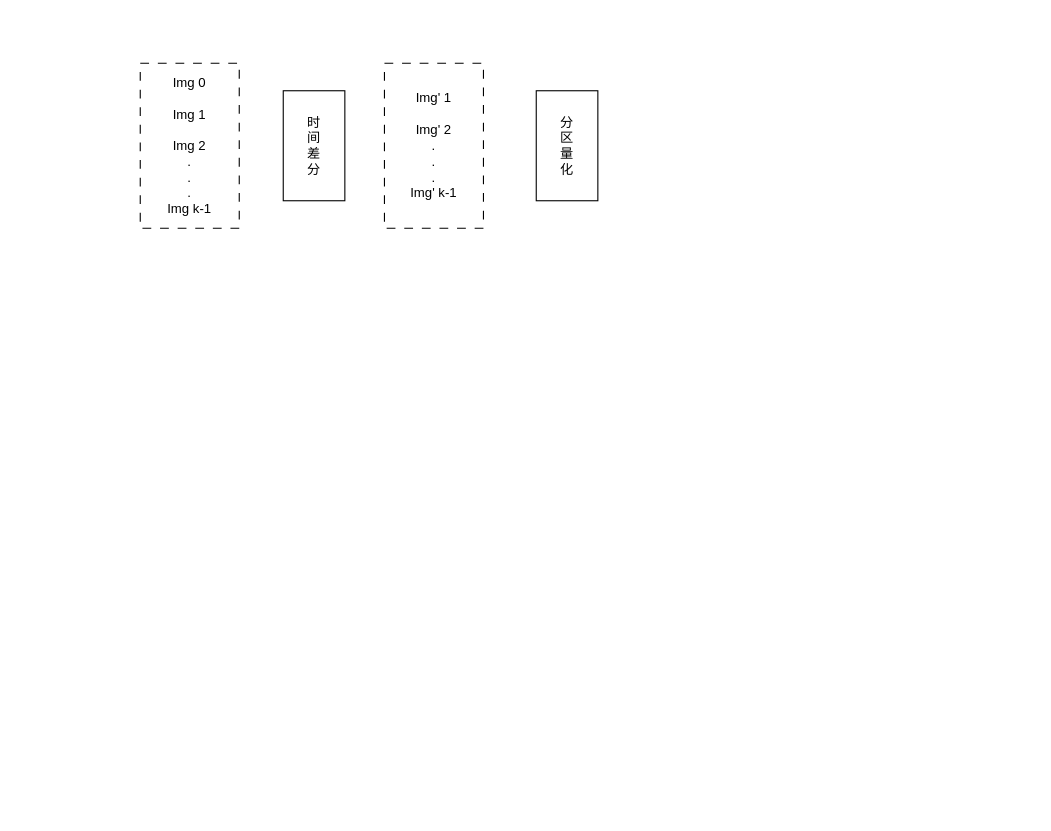
Above: 原始算法流程.drawio in jkersmith/reimagined-doodle (draw.io), before the change. Source tidied: cells renumbered, new cells numbered last; positions are measured from the earlier drawing's top-left corner, leaving out a move shared by most shapes. Both pictures are drawn from the tidied source at 110%, with x=0, y=0 at pixel (140, 63).
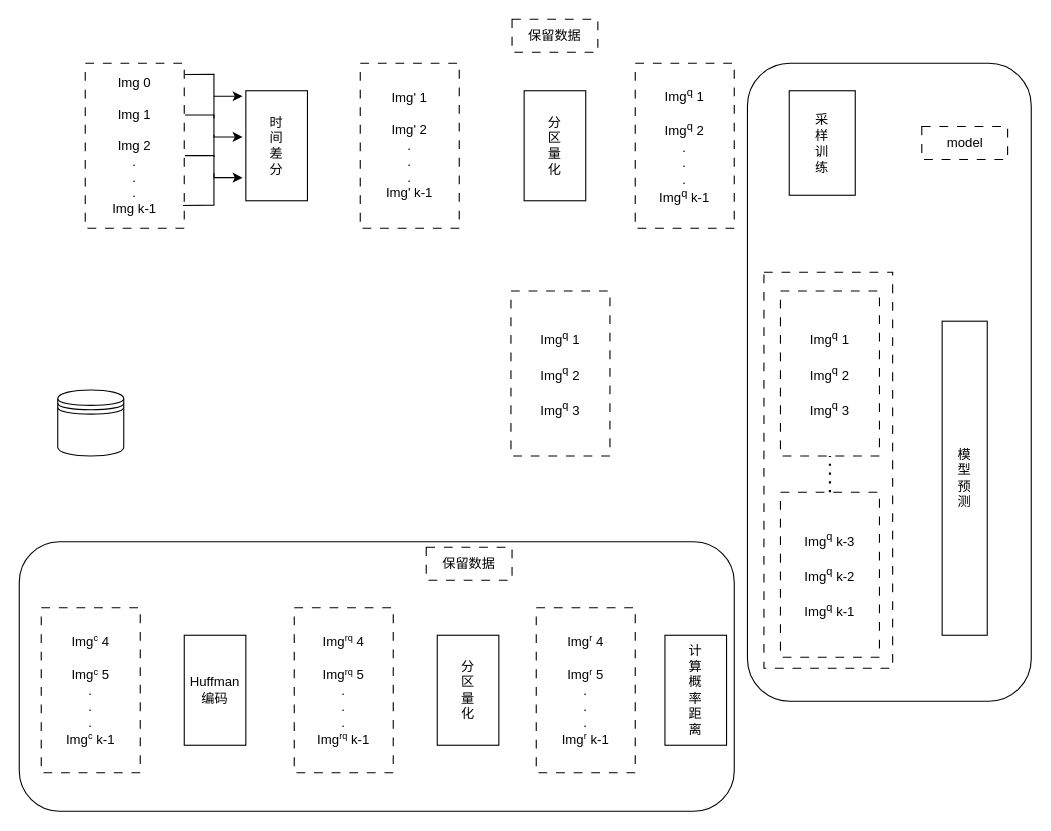
After the change.

Commit message (it also covers changes not shown here):
更新原始算法流程.drawio

What changed in the source:
```diff
@@
+    <mxCell id="6" style="rounded=1;whiteSpace=wrap;html=1;" parent="1" vertex="1">
+      <mxGeometry x="-110" y="435" width="650" height="245" as="geometry" />
+    </mxCell>
+    <mxCell id="7" style="rounded=1;whiteSpace=wrap;html=1;" parent="1" vertex="1">
+      <mxGeometry x="552" width="258" height="580" as="geometry" />
+    </mxCell>
+    <mxCell id="8" style="rounded=0;whiteSpace=wrap;html=1;dashed=1;dashPattern=8 8;" parent="1" vertex="1">
+      <mxGeometry x="567" y="190" width="117" height="360" as="geometry" />
+    </mxCell>
     <mxCell id="2" value="Img 0&lt;br&gt;&lt;br&gt;Img 1&lt;br&gt;&lt;br&gt;Img 2&lt;br&gt;.&lt;br&gt;.&lt;br&gt;.&lt;br&gt;Img k-1" style="rounded=0;whiteSpace=wrap;html=1;dashed=1;dashPattern=8 8;" parent="1" vertex="1">
-      <mxGeometry width="90" height="150" as="geometry" />
+      <mxGeometry x="-50" width="90" height="150" as="geometry" />
     </mxCell>
     <mxCell id="3" value="时&lt;br&gt;间&lt;br&gt;差&lt;br&gt;分" style="rounded=0;whiteSpace=wrap;html=1;" parent="1" vertex="1">
-      <mxGeometry x="130" y="25" width="56" height="100" as="geometry" />
+      <mxGeometry x="96" y="25" width="56" height="100" as="geometry" />
     </mxCell>
     <mxCell id="4" value="Img' 1&lt;br&gt;&lt;br&gt;Img' 2&lt;br&gt;.&lt;br&gt;.&lt;br&gt;.&lt;br&gt;Img' k-1" style="rounded=0;whiteSpace=wrap;html=1;dashed=1;dashPattern=8 8;" parent="1" vertex="1">
-      <mxGeometry x="222" width="90" height="150" as="geometry" />
+      <mxGeometry x="200" width="90" height="150" as="geometry" />
     </mxCell>
     <mxCell id="5" value="分&lt;br&gt;区&lt;br&gt;量&lt;br&gt;化" style="rounded=0;whiteSpace=wrap;html=1;" parent="1" vertex="1">
-      <mxGeometry x="360" y="25" width="56" height="100" as="geometry" />
+      <mxGeometry x="349" y="25" width="56" height="100" as="geometry" />
     </mxCell>
+    <mxCell id="9" value="Img&lt;sup&gt;q&lt;/sup&gt; 1&lt;br&gt;&lt;br&gt;Img&lt;sup&gt;q&lt;/sup&gt; 2&lt;br&gt;.&lt;br&gt;.&lt;br&gt;.&lt;br&gt;Img&lt;sup&gt;q&lt;/sup&gt; k-1" style="rounded=0;whiteSpace=wrap;html=1;dashed=1;dashPattern=8 8;" parent="1" vertex="1">
+      <mxGeometry x="450" width="90" height="150" as="geometry" />
+    </mxCell>
+    <mxCell id="10" value="保留数据" style="rounded=0;whiteSpace=wrap;html=1;dashed=1;dashPattern=8 8;" parent="1" vertex="1">
+      <mxGeometry x="338" y="-40" width="78" height="30" as="geometry" />
+    </mxCell>
+    <mxCell id="11" value="采&lt;br&gt;样&lt;br&gt;训&lt;br&gt;练" style="rounded=0;whiteSpace=wrap;html=1;" parent="1" vertex="1">
+      <mxGeometry x="590" y="25" width="60" height="95" as="geometry" />
+    </mxCell>
+    <mxCell id="12" value="Img&lt;sup&gt;q&lt;/sup&gt; 1&lt;br&gt;&lt;br&gt;Img&lt;sup&gt;q&lt;/sup&gt; 2&lt;br&gt;&lt;br&gt;Img&lt;sup&gt;q&lt;/sup&gt;&amp;nbsp;3" style="rounded=0;whiteSpace=wrap;html=1;dashed=1;dashPattern=8 8;" parent="1" vertex="1">
+      <mxGeometry x="582" y="207" width="90" height="150" as="geometry" />
+    </mxCell>
+    <mxCell id="13" value="Img&lt;sup&gt;q&lt;/sup&gt;&amp;nbsp;k-3&lt;br&gt;&lt;br&gt;Img&lt;sup&gt;q&lt;/sup&gt;&amp;nbsp;k-2&lt;br&gt;&lt;br&gt;Img&lt;sup&gt;q&lt;/sup&gt;&amp;nbsp;k-1" style="rounded=0;whiteSpace=wrap;html=1;dashed=1;dashPattern=8 8;" parent="1" vertex="1">
+      <mxGeometry x="582" y="390" width="90" height="150" as="geometry" />
+    </mxCell>
+    <mxCell id="14" style="endArrow=none;dashed=1;html=1;dashPattern=1 3;strokeWidth=2;rounded=0;entryX=0.5;entryY=1;entryDx=0;entryDy=0;" parent="1" edge="1" source="13" target="12">
+      <mxGeometry relative="1" as="geometry" />
+    </mxCell>
+    <mxCell id="15" value="model" style="rounded=0;whiteSpace=wrap;html=1;dashed=1;dashPattern=8 8;" parent="1" vertex="1">
+      <mxGeometry x="710.5" y="57.5" width="78" height="30" as="geometry" />
+    </mxCell>
+    <mxCell id="16" value="模&lt;br&gt;型&lt;br&gt;预&lt;br&gt;测" style="rounded=0;whiteSpace=wrap;html=1;" parent="1" vertex="1">
+      <mxGeometry x="729" y="234.5" width="41" height="285.5" as="geometry" />
+    </mxCell>
+    <mxCell id="17" value="计&lt;br&gt;算&lt;br&gt;概&lt;br&gt;率&lt;br&gt;距&lt;br&gt;离" style="rounded=0;whiteSpace=wrap;html=1;" parent="1" vertex="1">
+      <mxGeometry x="477" y="520" width="56" height="100" as="geometry" />
+    </mxCell>
+    <mxCell id="18" value="Img&lt;sup&gt;q&lt;/sup&gt; 1&lt;br&gt;&lt;br&gt;Img&lt;sup&gt;q&lt;/sup&gt; 2&lt;br&gt;&lt;br&gt;Img&lt;sup&gt;q&lt;/sup&gt;&amp;nbsp;3" style="rounded=0;whiteSpace=wrap;html=1;dashed=1;dashPattern=8 8;" parent="1" vertex="1">
+      <mxGeometry x="337" y="207" width="90" height="150" as="geometry" />
+    </mxCell>
+    <mxCell id="19" value="Img&lt;span style=&quot;font-size: 10px;&quot;&gt;&lt;sup&gt;r&lt;/sup&gt;&lt;/span&gt;&amp;nbsp;4&lt;br&gt;&lt;br&gt;Img&lt;span style=&quot;font-size: 10px;&quot;&gt;&lt;sup&gt;r&lt;/sup&gt;&lt;/span&gt;&amp;nbsp;5&lt;br&gt;.&lt;br&gt;.&lt;br&gt;.&lt;br&gt;Img&lt;span style=&quot;font-size: 10px;&quot;&gt;&lt;sup&gt;r&lt;/sup&gt;&lt;/span&gt;&amp;nbsp;k-1" style="rounded=0;whiteSpace=wrap;html=1;dashed=1;dashPattern=8 8;" parent="1" vertex="1">
+      <mxGeometry x="360" y="495" width="90" height="150" as="geometry" />
+    </mxCell>
+    <mxCell id="20" value="分&lt;br&gt;区&lt;br&gt;量&lt;br&gt;化" style="rounded=0;whiteSpace=wrap;html=1;" parent="1" vertex="1">
+      <mxGeometry x="270" y="520" width="56" height="100" as="geometry" />
+    </mxCell>
+    <mxCell id="21" value="Img&lt;span style=&quot;font-size: 10px;&quot;&gt;&lt;sup&gt;rq&lt;/sup&gt;&lt;/span&gt;&amp;nbsp;4&lt;br&gt;&lt;br&gt;Img&lt;span style=&quot;font-size: 10px;&quot;&gt;&lt;sup&gt;rq&lt;/sup&gt;&lt;/span&gt;&amp;nbsp;5&lt;br&gt;.&lt;br&gt;.&lt;br&gt;.&lt;br&gt;Img&lt;span style=&quot;font-size: 10px;&quot;&gt;&lt;sup&gt;rq&lt;/sup&gt;&lt;/span&gt;&amp;nbsp;k-1" style="rounded=0;whiteSpace=wrap;html=1;dashed=1;dashPattern=8 8;" parent="1" vertex="1">
+      <mxGeometry x="140" y="495" width="90" height="150" as="geometry" />
+    </mxCell>
+    <mxCell id="22" value="Huffman&lt;br&gt;编码" style="rounded=0;whiteSpace=wrap;html=1;" parent="1" vertex="1">
+      <mxGeometry x="40" y="520" width="56" height="100" as="geometry" />
+    </mxCell>
+    <mxCell id="23" value="Img&lt;span style=&quot;font-size: 10px;&quot;&gt;&lt;sup&gt;c&lt;/sup&gt;&lt;/span&gt;&amp;nbsp;4&lt;br&gt;&lt;br&gt;Img&lt;span style=&quot;font-size: 10px;&quot;&gt;&lt;sup&gt;c&lt;/sup&gt;&lt;/span&gt;&amp;nbsp;5&lt;br&gt;.&lt;br&gt;.&lt;br&gt;.&lt;br&gt;Img&lt;span style=&quot;font-size: 10px;&quot;&gt;&lt;sup&gt;c&lt;/sup&gt;&lt;/span&gt;&amp;nbsp;k-1" style="rounded=0;whiteSpace=wrap;html=1;dashed=1;dashPattern=8 8;" parent="1" vertex="1">
+      <mxGeometry x="-90" y="495" width="90" height="150" as="geometry" />
+    </mxCell>
+    <mxCell id="24" value="保留数据" style="rounded=0;whiteSpace=wrap;html=1;dashed=1;dashPattern=8 8;" parent="1" vertex="1">
+      <mxGeometry x="260" y="440" width="78" height="30" as="geometry" />
+    </mxCell>
+    <mxCell id="25" style="shape=datastore;whiteSpace=wrap;html=1;" parent="1" vertex="1">
+      <mxGeometry x="-75" y="297" width="60" height="60" as="geometry" />
+    </mxCell>
+    <mxCell id="26" style="endArrow=classic;html=1;rounded=0;exitX=1.008;exitY=0.068;exitDx=0;exitDy=0;exitPerimeter=0;" parent="1" edge="1" source="2">
+      <mxGeometry relative="1" as="geometry">
+        <mxPoint x="93" y="30" as="targetPoint" />
+        <Array as="points">
+          <mxPoint x="67" y="10" />
+          <mxPoint x="67" y="30" />
+        </Array>
+      </mxGeometry>
+    </mxCell>
+    <mxCell id="27" style="endArrow=classic;html=1;rounded=0;exitX=1.04;exitY=0.067;exitDx=0;exitDy=0;exitPerimeter=0;" parent="1" edge="1">
+      <mxGeometry relative="1" as="geometry">
+        <mxPoint x="40.6" y="47" as="sourcePoint" />
+        <mxPoint x="93" y="67" as="targetPoint" />
+        <Array as="points">
+          <mxPoint x="67" y="47" />
+          <mxPoint x="67" y="67" />
+        </Array>
+      </mxGeometry>
+    </mxCell>
+    <mxCell id="28" style="endArrow=none;html=1;rounded=0;" parent="1" edge="1">
+      <mxGeometry relative="1" as="geometry">
+        <mxPoint x="67" y="50" as="sourcePoint" />
+        <mxPoint x="67" y="30" as="targetPoint" />
+      </mxGeometry>
+    </mxCell>
+    <mxCell id="29" style="endArrow=classic;html=1;rounded=0;exitX=1.04;exitY=0.067;exitDx=0;exitDy=0;exitPerimeter=0;" parent="1" edge="1">
+      <mxGeometry relative="1" as="geometry">
+        <mxPoint x="40.6" y="84" as="sourcePoint" />
+        <mxPoint x="93" y="104" as="targetPoint" />
+        <Array as="points">
+          <mxPoint x="67" y="84" />
+          <mxPoint x="67" y="104" />
+        </Array>
+      </mxGeometry>
+    </mxCell>
+    <mxCell id="30" style="endArrow=none;html=1;rounded=0;" parent="1" edge="1">
+      <mxGeometry relative="1" as="geometry">
+        <mxPoint x="67" y="85" as="sourcePoint" />
+        <mxPoint x="67" y="65" as="targetPoint" />
+      </mxGeometry>
+    </mxCell>
+    <mxCell id="31" style="endArrow=none;html=1;rounded=0;exitX=1.02;exitY=0.862;exitDx=0;exitDy=0;exitPerimeter=0;" parent="1" edge="1">
+      <mxGeometry relative="1" as="geometry">
+        <mxPoint x="38.8" y="129.3" as="sourcePoint" />
+        <mxPoint x="67" y="100" as="targetPoint" />
+        <Array as="points">
+          <mxPoint x="67" y="129" />
+        </Array>
+      </mxGeometry>
+    </mxCell>
```
